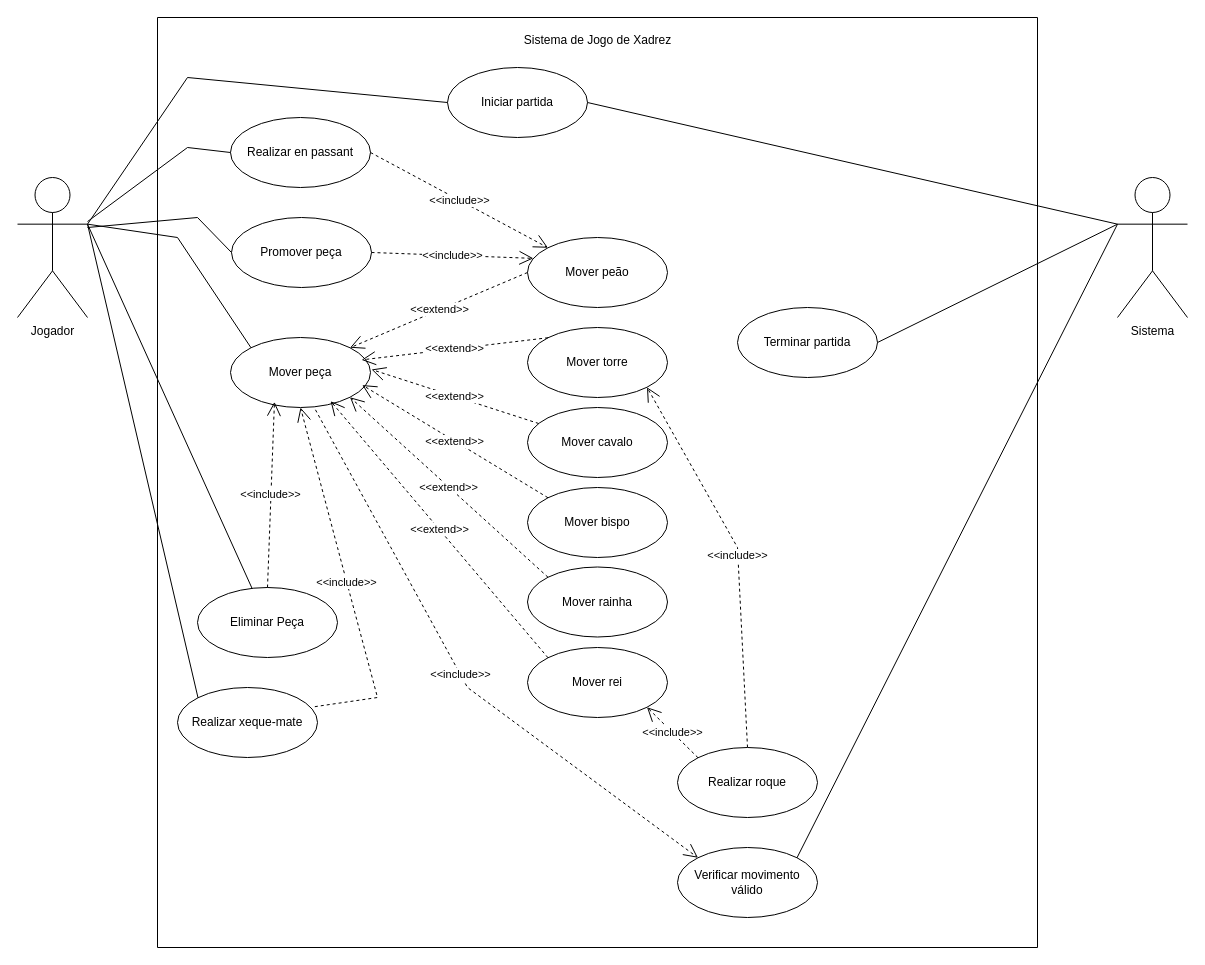
DanielNaiff/Trabalho-Reginaldo-3 keeps this draw.io diagram as planejamento e documentação/UMLs/Diagrama de Caso de Uso/Diagrama Caso de Uso Trabalho Final Xadrez 1.0.drawio. Above is the earlier version. Source tidied: cells renumbered, new cells numbered last; positions are measured from the earlier drawing's top-left corner, leaving out a move shared by most shapes. Both pictures are drawn from the tidied source at 100%, with x=0, y=0 at pixel (17, 17).
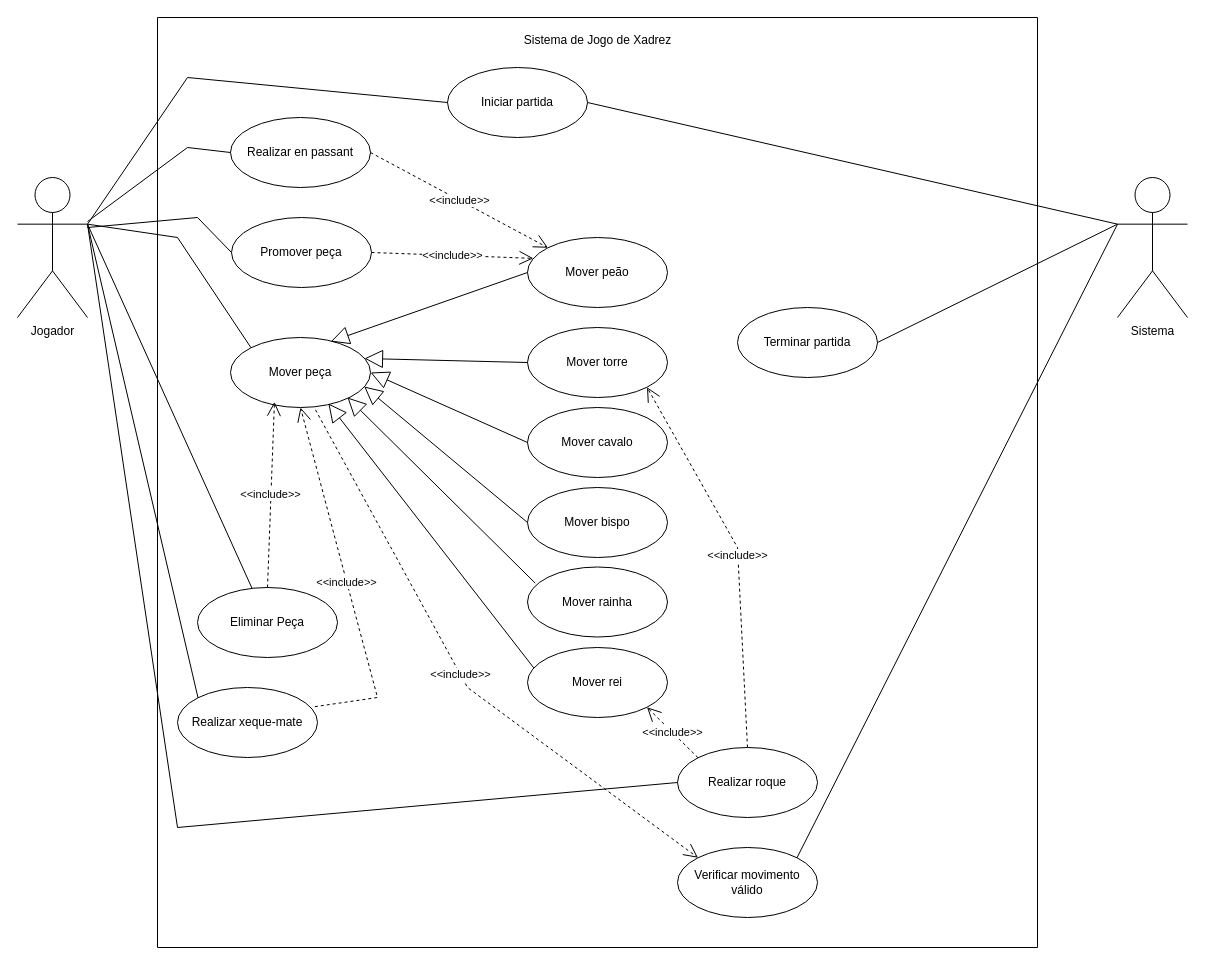
Above is the later version.

Commit message (it also covers changes not shown here):
Mudança no relacionamento do Diagramas de Caso de Uso UML

The change refers to these unchanged cells:
```xml
<mxCell id="2" style="swimlane;startSize=0;" parent="1" vertex="1">
  <mxGeometry x="140" width="880" height="930" as="geometry" />
</mxCell>
<mxCell id="7" value="Mover peão" style="ellipse;whiteSpace=wrap;html=1;" parent="2" vertex="1">
  <mxGeometry x="370" y="220" width="140" height="70" as="geometry" />
</mxCell>
<mxCell id="9" value="Mover peça" style="ellipse;whiteSpace=wrap;html=1;" parent="2" vertex="1">
  <mxGeometry x="73" y="320" width="140" height="70" as="geometry" />
</mxCell>
<mxCell id="13" value="Mover torre" style="ellipse;whiteSpace=wrap;html=1;" parent="2" vertex="1">
  <mxGeometry x="370" y="310" width="140" height="70" as="geometry" />
</mxCell>
<mxCell id="14" value="Mover cavalo" style="ellipse;whiteSpace=wrap;html=1;" parent="2" vertex="1">
  <mxGeometry x="370" y="390" width="140" height="70" as="geometry" />
</mxCell>
<mxCell id="15" value="Mover bispo" style="ellipse;whiteSpace=wrap;html=1;" parent="2" vertex="1">
  <mxGeometry x="370" y="470" width="140" height="70" as="geometry" />
</mxCell>
<mxCell id="16" value="Mover rainha" style="ellipse;whiteSpace=wrap;html=1;" parent="2" vertex="1">
  <mxGeometry x="370" y="549.5" width="140" height="70" as="geometry" />
</mxCell>
<mxCell id="17" value="Mover rei" style="ellipse;whiteSpace=wrap;html=1;" parent="2" vertex="1">
  <mxGeometry x="370" y="630" width="140" height="70" as="geometry" />
</mxCell>
<mxCell id="23" value="Realizar roque" style="ellipse;whiteSpace=wrap;html=1;" parent="2" vertex="1">
  <mxGeometry x="520" y="730" width="140" height="70" as="geometry" />
</mxCell>
<mxCell id="26" value="Verificar movimento válido" style="ellipse;whiteSpace=wrap;html=1;" parent="2" vertex="1">
  <mxGeometry x="520" y="830" width="140" height="70" as="geometry" />
</mxCell>
<mxCell id="40" value="Jogador" style="shape=umlActor;verticalLabelPosition=bottom;verticalAlign=top;html=1;outlineConnect=0;" parent="1" vertex="1">
  <mxGeometry y="160" width="70" height="140" as="geometry" />
</mxCell>
```

Diff of the diagram source:
```diff
@@
-    <mxCell id="10" value="&amp;lt;&amp;lt;extend&amp;gt;&amp;gt;" style="endArrow=open;endSize=12;dashed=1;html=1;rounded=0;entryX=1;entryY=0;entryDx=0;entryDy=0;exitX=0;exitY=0.5;exitDx=0;exitDy=0;" parent="2" edge="1" source="7" target="9">
-      <mxGeometry relative="1" as="geometry" />
-    </mxCell>
@@
-    <mxCell id="18" value="&amp;lt;&amp;lt;extend&amp;gt;&amp;gt;" style="endArrow=open;endSize=12;dashed=1;html=1;rounded=0;exitX=0;exitY=0;exitDx=0;exitDy=0;entryX=0.936;entryY=0.32;entryDx=0;entryDy=0;entryPerimeter=0;" parent="2" edge="1" source="13" target="9">
-      <mxGeometry relative="1" as="geometry" />
-    </mxCell>
-    <mxCell id="19" value="&amp;lt;&amp;lt;extend&amp;gt;&amp;gt;" style="endArrow=open;endSize=12;dashed=1;html=1;rounded=0;entryX=0.941;entryY=0.679;entryDx=0;entryDy=0;entryPerimeter=0;exitX=0;exitY=0;exitDx=0;exitDy=0;" parent="2" edge="1" source="15" target="9">
-      <mxGeometry relative="1" as="geometry" />
-    </mxCell>
-    <mxCell id="20" value="&amp;lt;&amp;lt;extend&amp;gt;&amp;gt;" style="endArrow=open;endSize=12;dashed=1;html=1;rounded=0;entryX=1;entryY=1;entryDx=0;entryDy=0;exitX=0;exitY=0;exitDx=0;exitDy=0;" parent="2" edge="1" source="16" target="9">
-      <mxGeometry relative="1" as="geometry" />
-    </mxCell>
-    <mxCell id="21" value="&amp;lt;&amp;lt;extend&amp;gt;&amp;gt;" style="endArrow=open;endSize=12;dashed=1;html=1;rounded=0;entryX=0.715;entryY=0.909;entryDx=0;entryDy=0;entryPerimeter=0;exitX=0;exitY=0;exitDx=0;exitDy=0;" parent="2" edge="1" source="17" target="9">
-      <mxGeometry relative="1" as="geometry" />
-    </mxCell>
@@
-    <mxCell id="27" value="&amp;lt;&amp;lt;include&amp;gt;&amp;gt;" style="endArrow=open;endSize=12;dashed=1;html=1;rounded=0;entryX=0;entryY=0;entryDx=0;entryDy=0;exitX=0.607;exitY=1.033;exitDx=0;exitDy=0;exitPerimeter=0;" parent="2" edge="1" source="9" target="26">
+    <mxCell id="27" value="&amp;lt;&amp;lt;include&amp;gt;&amp;gt;" style="endArrow=open;endSize=12;dashed=1;html=1;rounded=0;exitX=0.607;exitY=1.033;exitDx=0;exitDy=0;exitPerimeter=0;entryX=0;entryY=0;entryDx=0;entryDy=0;" parent="2" edge="1" source="9" target="26">
       <mxGeometry relative="1" as="geometry">
         <Array as="points">
           <mxPoint x="310" y="670" />
         </Array>
       </mxGeometry>
     </mxCell>
@@
-    <mxCell id="29" value="&amp;lt;&amp;lt;extend&amp;gt;&amp;gt;" style="endArrow=open;endSize=12;dashed=1;html=1;rounded=0;entryX=0.936;entryY=0.32;entryDx=0;entryDy=0;entryPerimeter=0;" parent="2" edge="1" source="14">
-      <mxGeometry relative="1" as="geometry">
-        <mxPoint x="214" y="352" as="targetPoint" />
-      </mxGeometry>
-    </mxCell>
@@
+    <mxCell id="10" value="&lt;div&gt;&lt;br&gt;&lt;/div&gt;&lt;div&gt;&lt;br&gt;&lt;/div&gt;" style="endArrow=block;endSize=16;endFill=0;html=1;rounded=0;exitX=0;exitY=0.5;exitDx=0;exitDy=0;entryX=0.716;entryY=0.058;entryDx=0;entryDy=0;entryPerimeter=0;" parent="2" edge="1" source="7" target="9">
+      <mxGeometry relative="1" as="geometry" />
+    </mxCell>
+    <mxCell id="18" value="&lt;div&gt;&lt;br&gt;&lt;/div&gt;&lt;div&gt;&lt;br&gt;&lt;/div&gt;" style="endArrow=block;endSize=16;endFill=0;html=1;rounded=0;exitX=0;exitY=0.5;exitDx=0;exitDy=0;entryX=0.957;entryY=0.3;entryDx=0;entryDy=0;entryPerimeter=0;" parent="2" edge="1" source="13" target="9">
+      <mxGeometry relative="1" as="geometry" />
+    </mxCell>
+    <mxCell id="43" value="&lt;div&gt;&lt;br&gt;&lt;/div&gt;&lt;div&gt;&lt;br&gt;&lt;/div&gt;" style="endArrow=block;endSize=16;endFill=0;html=1;rounded=0;entryX=1;entryY=0.5;entryDx=0;entryDy=0;exitX=0;exitY=0.5;exitDx=0;exitDy=0;" parent="2" edge="1" source="14" target="9">
+      <mxGeometry relative="1" as="geometry" />
+    </mxCell>
+    <mxCell id="19" value="&lt;div&gt;&lt;br&gt;&lt;/div&gt;&lt;div&gt;&lt;br&gt;&lt;/div&gt;" style="endArrow=block;endSize=16;endFill=0;html=1;rounded=0;entryX=0.955;entryY=0.7;entryDx=0;entryDy=0;exitX=0;exitY=0.5;exitDx=0;exitDy=0;entryPerimeter=0;" parent="2" edge="1" source="15" target="9">
+      <mxGeometry relative="1" as="geometry" />
+    </mxCell>
+    <mxCell id="44" value="&lt;div&gt;&lt;br&gt;&lt;/div&gt;&lt;div&gt;&lt;br&gt;&lt;/div&gt;" style="endArrow=block;endSize=16;endFill=0;html=1;rounded=0;entryX=0.698;entryY=0.956;entryDx=0;entryDy=0;exitX=0.055;exitY=0.23;exitDx=0;exitDy=0;entryPerimeter=0;exitPerimeter=0;" parent="2" edge="1" source="16">
+      <mxGeometry relative="1" as="geometry">
+        <mxPoint x="190" y="380" as="targetPoint" />
+      </mxGeometry>
+    </mxCell>
+    <mxCell id="21" value="&lt;div&gt;&lt;br&gt;&lt;/div&gt;&lt;div&gt;&lt;br&gt;&lt;/div&gt;" style="endArrow=block;endSize=16;endFill=0;html=1;rounded=0;exitX=0.045;exitY=0.292;exitDx=0;exitDy=0;exitPerimeter=0;entryX=0.699;entryY=0.943;entryDx=0;entryDy=0;entryPerimeter=0;" parent="2" edge="1" source="17" target="9">
+      <mxGeometry relative="1" as="geometry" />
+    </mxCell>
@@
+    <mxCell id="45" style="endArrow=none;endSize=16;endFill=0;html=1;rounded=0;startFill=0;exitX=0;exitY=0.5;exitDx=0;exitDy=0;entryX=1;entryY=0.3333333333333333;entryDx=0;entryDy=0;entryPerimeter=0;" parent="1" edge="1" source="23" target="40">
+      <mxGeometry relative="1" as="geometry">
+        <Array as="points">
+          <mxPoint x="160" y="810" />
+        </Array>
+      </mxGeometry>
+    </mxCell>
```
